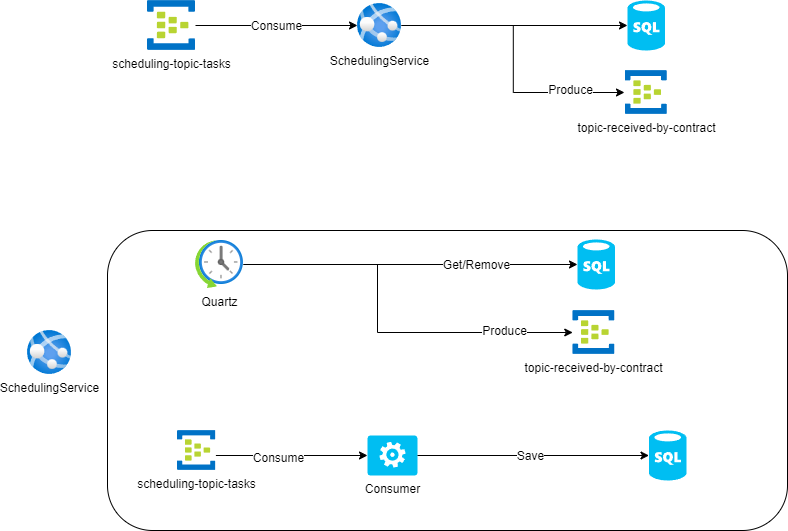
Above: drawing/Untitled Diagram.drawio.png in leonardotomascostadasilva/SchedulingService (draw.io), before the change. Source tidied: cells renumbered, new cells last; positions are measured from the earlier drawing's top-left corner, leaving out a move shared by most shapes.
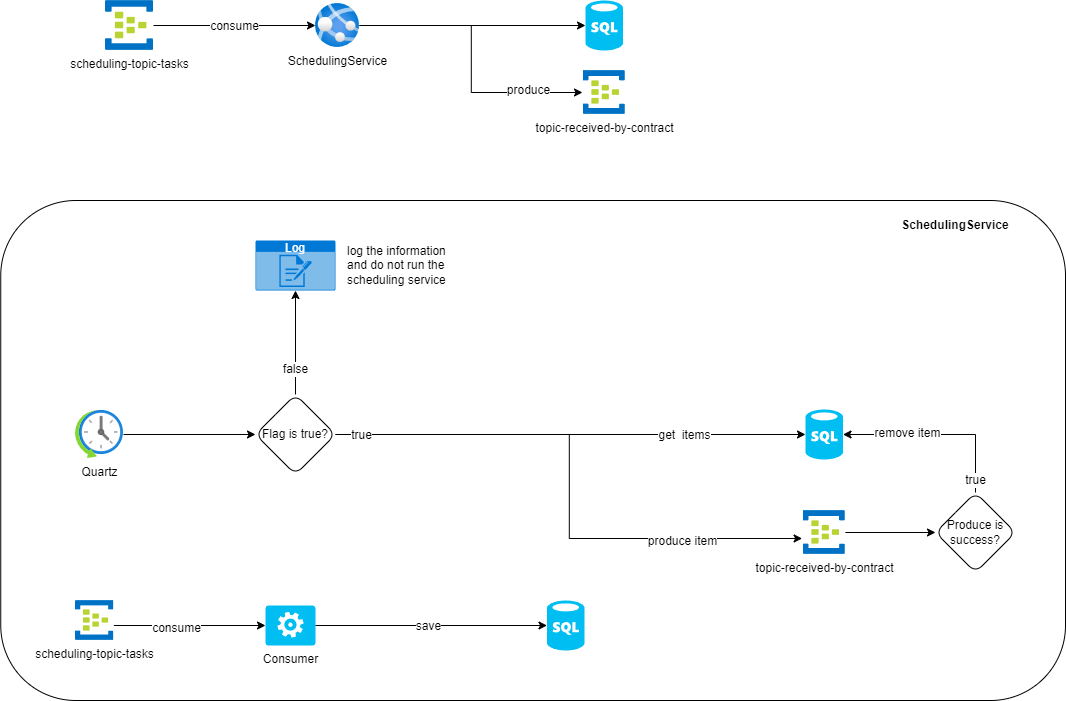
The same file after the commit.

Diff of the diagram source:
```diff
@@ -3,48 +3,40 @@
     <mxCell id="0" />
     <mxCell id="1" parent="0" />
     <mxCell id="2" value="SchedulingService" style="image;html=1;points=[];align=center;fontSize=12;image=img/lib/azure2/app_services/App_Services.svg;" parent="1" vertex="1">
-      <mxGeometry x="330" y="3" width="44" height="44" as="geometry" />
+      <mxGeometry x="390" y="-167" width="44" height="44" as="geometry" />
     </mxCell>
     <mxCell id="3" style="edgeStyle=orthogonalEdgeStyle;rounded=0;jettySize=auto;html=1;" parent="1" edge="1" source="5" target="2">
       <mxGeometry relative="1" as="geometry" />
     </mxCell>
-    <mxCell id="4" value="Consume" style="edgeLabel;html=1;align=center;verticalAlign=middle;fontSize=12;fontFamily=Helvetica;fontColor=default;" parent="3" vertex="1">
+    <mxCell id="4" value="consume" style="edgeLabel;html=1;align=center;verticalAlign=middle;fontSize=12;fontFamily=Helvetica;fontColor=default;" parent="3" vertex="1">
       <mxGeometry x="-0.01" relative="1" as="geometry" />
     </mxCell>
     <mxCell id="5" value="scheduling-topic-tasks" style="image;sketch=0;html=1;points=[];align=center;fontSize=12;image=img/lib/mscae/Event_Hubs.svg;" parent="1" vertex="1">
-      <mxGeometry x="120" width="48" height="50" as="geometry" />
+      <mxGeometry x="180" y="-170" width="48" height="50" as="geometry" />
     </mxCell>
     <mxCell id="6" style="verticalLabelPosition=bottom;html=1;verticalAlign=top;align=center;strokeColor=none;fillColor=#00BEF2;shape=mxgraph.azure.sql_database;" parent="1" vertex="1">
-      <mxGeometry x="600" width="37.5" height="50" as="geometry" />
+      <mxGeometry x="660" y="-170" width="37.5" height="50" as="geometry" />
     </mxCell>
     <mxCell id="7" style="edgeStyle=orthogonalEdgeStyle;rounded=0;jettySize=auto;html=1;entryX=0;entryY=0.5;entryDx=0;entryDy=0;entryPerimeter=0;" parent="1" edge="1" source="2" target="6">
       <mxGeometry relative="1" as="geometry" />
     </mxCell>
-    <mxCell id="8" value="SchedulingService" style="image;html=1;align=center;fontSize=12;image=img/lib/azure2/app_services/App_Services.svg;" parent="1" vertex="1">
-      <mxGeometry y="330" width="44" height="44" as="geometry" />
-    </mxCell>
     <mxCell id="9" style="rounded=1;whiteSpace=wrap;html=1;gradientColor=none;glass=0;fillColor=none;" parent="1" vertex="1">
-      <mxGeometry x="80" y="230" width="680" height="300" as="geometry" />
+      <mxGeometry x="75.2" y="30" width="1064.8" height="500" as="geometry" />
     </mxCell>
-    <mxCell id="10" style="edgeStyle=orthogonalEdgeStyle;rounded=0;jettySize=auto;html=1;fontFamily=Helvetica;fontSize=12;fontColor=default;" parent="1" edge="1" source="12" target="14">
-      <mxGeometry relative="1" as="geometry">
-        <Array as="points">
-          <mxPoint x="350" y="264" />
-          <mxPoint x="350" y="332" />
-        </Array>
-      </mxGeometry>
-    </mxCell>
-    <mxCell id="11" value="Produce" style="edgeLabel;html=1;align=center;verticalAlign=middle;fontSize=12;fontFamily=Helvetica;fontColor=default;" parent="10" vertex="1">
-      <mxGeometry x="0.65" y="2" relative="1" as="geometry" />
-    </mxCell>
+    <mxCell id="27" style="edgeStyle=orthogonalEdgeStyle;rounded=0;jettySize=auto;html=1;fontFamily=Helvetica;fontSize=12;fontColor=default;" parent="1" edge="1" source="12" target="29">
+      <mxGeometry relative="1" as="geometry" />
+    </mxCell>
     <mxCell id="12" value="Quartz&lt;br&gt;" style="image;html=1;points=[];align=center;fontSize=12;image=img/lib/azure2/general/Scheduler.svg;" parent="1" vertex="1">
-      <mxGeometry x="168" y="240" width="48" height="48" as="geometry" />
+      <mxGeometry x="150" y="240" width="48" height="48" as="geometry" />
     </mxCell>
     <mxCell id="13" style="verticalLabelPosition=bottom;html=1;verticalAlign=top;align=center;strokeColor=none;fillColor=#00BEF2;shape=mxgraph.azure.sql_database;" parent="1" vertex="1">
-      <mxGeometry x="550" y="239" width="37.5" height="50" as="geometry" />
+      <mxGeometry x="880" y="239" width="37.5" height="50" as="geometry" />
     </mxCell>
+    <mxCell id="28" style="edgeStyle=orthogonalEdgeStyle;rounded=0;jettySize=auto;html=1;fontFamily=Helvetica;fontSize=12;fontColor=default;" parent="1" edge="1" source="14" target="39">
+      <mxGeometry relative="1" as="geometry" />
+    </mxCell>
     <mxCell id="14" value="topic-received-by-contract" style="image;sketch=0;html=1;points=[];align=center;fontSize=12;image=img/lib/mscae/Event_Hubs.svg;" parent="1" vertex="1">
-      <mxGeometry x="545.3" y="310" width="42.2" height="44" as="geometry" />
+      <mxGeometry x="877.6" y="340" width="42.2" height="44" as="geometry" />
     </mxCell>
     <mxCell id="15" value="Consumer" style="verticalLabelPosition=bottom;html=1;verticalAlign=top;align=center;strokeColor=none;fillColor=#00BEF2;shape=mxgraph.azure.worker_role;rounded=1;glass=0;fontFamily=Helvetica;fontSize=12;fontColor=default;" parent="1" vertex="1">
       <mxGeometry x="340" y="435" width="50" height="40" as="geometry" />
@@ -52,18 +44,10 @@
     <mxCell id="16" style="verticalLabelPosition=bottom;html=1;verticalAlign=top;align=center;strokeColor=none;fillColor=#00BEF2;shape=mxgraph.azure.sql_database;" parent="1" vertex="1">
       <mxGeometry x="621.5" y="430" width="37.5" height="50" as="geometry" />
     </mxCell>
-    <mxCell id="17" style="edgeStyle=orthogonalEdgeStyle;rounded=0;jettySize=auto;html=1;entryX=0;entryY=0.5;entryDx=0;entryDy=0;entryPerimeter=0;fontFamily=Helvetica;fontSize=12;fontColor=default;" parent="1" edge="1" source="12" target="13">
-      <mxGeometry relative="1" as="geometry" />
-    </mxCell>
-    <mxCell id="18" value="Get/Remove" style="edgeLabel;html=1;align=center;verticalAlign=middle;fontSize=12;fontFamily=Helvetica;fontColor=default;" parent="17" vertex="1">
-      <mxGeometry x="0.69" y="2" relative="1" as="geometry">
-        <mxPoint x="-51" y="2" as="offset" />
-      </mxGeometry>
-    </mxCell>
     <mxCell id="19" style="edgeStyle=orthogonalEdgeStyle;rounded=0;jettySize=auto;html=1;entryX=0;entryY=0.5;entryDx=0;entryDy=0;entryPerimeter=0;fontFamily=Helvetica;fontSize=12;fontColor=default;" parent="1" edge="1" source="15" target="16">
       <mxGeometry relative="1" as="geometry" />
     </mxCell>
-    <mxCell id="20" value="Save" style="edgeLabel;html=1;align=center;verticalAlign=middle;fontSize=12;fontFamily=Helvetica;fontColor=default;" parent="19" vertex="1">
+    <mxCell id="20" value="save" style="edgeLabel;html=1;align=center;verticalAlign=middle;fontSize=12;fontFamily=Helvetica;fontColor=default;" parent="19" vertex="1">
       <mxGeometry x="-0.03" y="-4" relative="1" as="geometry">
         <mxPoint y="-4" as="offset" />
       </mxGeometry>
@@ -79,17 +63,68 @@
         </Array>
       </mxGeometry>
     </mxCell>
-    <mxCell id="23" value="Consume" style="edgeLabel;html=1;align=center;verticalAlign=middle;fontSize=12;fontFamily=Helvetica;fontColor=default;" parent="22" vertex="1">
+    <mxCell id="23" value="consume" style="edgeLabel;html=1;align=center;verticalAlign=middle;fontSize=12;fontFamily=Helvetica;fontColor=default;" parent="22" vertex="1">
       <mxGeometry x="-0.19" y="-2" relative="1" as="geometry" />
     </mxCell>
     <mxCell id="24" value="topic-received-by-contract" style="image;sketch=0;html=1;points=[];align=center;fontSize=12;image=img/lib/mscae/Event_Hubs.svg;" parent="1" vertex="1">
-      <mxGeometry x="597.6" y="70" width="42.2" height="44" as="geometry" />
+      <mxGeometry x="657.6" y="-100" width="42.2" height="44" as="geometry" />
     </mxCell>
     <mxCell id="25" style="edgeStyle=orthogonalEdgeStyle;rounded=0;jettySize=auto;html=1;entryX=-0.015;entryY=0.5;entryDx=0;entryDy=0;entryPerimeter=0;fontFamily=Helvetica;fontSize=12;fontColor=default;" parent="1" edge="1" source="2" target="24">
       <mxGeometry relative="1" as="geometry" />
     </mxCell>
-    <mxCell id="26" value="Produce" style="edgeLabel;html=1;align=center;verticalAlign=middle;fontSize=12;fontFamily=Helvetica;fontColor=default;" parent="25" vertex="1">
+    <mxCell id="26" value="produce" style="edgeLabel;html=1;align=center;verticalAlign=middle;fontSize=12;fontFamily=Helvetica;fontColor=default;" parent="25" vertex="1">
       <mxGeometry x="0.62" y="3" relative="1" as="geometry" />
     </mxCell>
+    <mxCell id="29" value="Flag is true?" style="rhombus;whiteSpace=wrap;html=1;rounded=1;glass=0;strokeColor=default;align=center;verticalAlign=middle;fontFamily=Helvetica;fontSize=12;fontColor=default;fillColor=none;gradientColor=none;" parent="1" vertex="1">
+      <mxGeometry x="330" y="224" width="80" height="80" as="geometry" />
+    </mxCell>
+    <mxCell id="30" style="edgeStyle=orthogonalEdgeStyle;rounded=0;jettySize=auto;html=1;entryX=0;entryY=0.5;entryDx=0;entryDy=0;entryPerimeter=0;fontFamily=Helvetica;fontSize=12;fontColor=default;" parent="1" edge="1" source="29" target="13">
+      <mxGeometry relative="1" as="geometry" />
+    </mxCell>
+    <mxCell id="31" value="get&amp;nbsp; items" style="edgeLabel;html=1;align=center;verticalAlign=middle;fontSize=12;fontFamily=Helvetica;fontColor=default;" parent="30" vertex="1">
+      <mxGeometry x="0.46" y="-3" relative="1" as="geometry">
+        <mxPoint x="4" y="-3" as="offset" />
+      </mxGeometry>
+    </mxCell>
+    <mxCell id="32" style="edgeStyle=orthogonalEdgeStyle;rounded=0;jettySize=auto;html=1;entryX=-0.024;entryY=0.636;entryDx=0;entryDy=0;entryPerimeter=0;fontFamily=Helvetica;fontSize=12;fontColor=default;" parent="1" edge="1" source="29" target="14">
+      <mxGeometry relative="1" as="geometry" />
+    </mxCell>
+    <mxCell id="33" value="produce item" style="edgeLabel;html=1;align=center;verticalAlign=middle;fontSize=12;fontFamily=Helvetica;fontColor=default;" parent="32" vertex="1">
+      <mxGeometry x="0.58" y="-3" relative="1" as="geometry" />
+    </mxCell>
+    <mxCell id="34" value="true" style="edgeLabel;html=1;align=center;verticalAlign=middle;fontSize=12;fontFamily=Helvetica;fontColor=default;" parent="32" vertex="1">
+      <mxGeometry x="-0.91" relative="1" as="geometry" />
+    </mxCell>
+    <mxCell id="35" value="Log" style="html=1;whiteSpace=wrap;strokeColor=none;fillColor=#0079D6;labelPosition=center;verticalLabelPosition=middle;verticalAlign=top;align=center;fontSize=12;outlineConnect=0;spacingTop=-6;fontColor=#FFFFFF;sketch=0;shape=mxgraph.sitemap.log;rounded=1;glass=0;fontFamily=Helvetica;" parent="1" vertex="1">
+      <mxGeometry x="330" y="70" width="80" height="50" as="geometry" />
+    </mxCell>
+    <mxCell id="36" style="edgeStyle=orthogonalEdgeStyle;rounded=0;jettySize=auto;html=1;entryX=0.5;entryY=1;entryDx=0;entryDy=0;entryPerimeter=0;fontFamily=Helvetica;fontSize=12;fontColor=default;" parent="1" edge="1" source="29" target="35">
+      <mxGeometry relative="1" as="geometry" />
+    </mxCell>
+    <mxCell id="37" value="false" style="edgeLabel;html=1;align=center;verticalAlign=middle;fontSize=12;fontFamily=Helvetica;fontColor=default;" parent="36" vertex="1">
+      <mxGeometry x="-0.5" y="1" relative="1" as="geometry" />
+    </mxCell>
+    <mxCell id="38" value="log the information and do not run the scheduling service" style="text;html=1;strokeColor=none;fillColor=none;align=left;verticalAlign=middle;whiteSpace=wrap;rounded=0;fontSize=12;fontFamily=Helvetica;fontColor=default;" parent="1" vertex="1">
+      <mxGeometry x="420" y="70" width="110" height="50" as="geometry" />
+    </mxCell>
+    <mxCell id="8" value="SchedulingService" style="text;html=1;strokeColor=none;fillColor=none;align=center;verticalAlign=middle;whiteSpace=wrap;rounded=0;fontSize=12;fontFamily=Helvetica;fontColor=default;fontStyle=1;" parent="1" vertex="1">
+      <mxGeometry x="1000" y="40" width="60" height="30" as="geometry" />
+    </mxCell>
+    <mxCell id="39" value="Produce is success?" style="rhombus;whiteSpace=wrap;html=1;rounded=1;glass=0;strokeColor=default;align=center;verticalAlign=middle;fontFamily=Helvetica;fontSize=12;fontColor=default;fillColor=none;gradientColor=none;" parent="1" vertex="1">
+      <mxGeometry x="1010" y="322" width="80" height="80" as="geometry" />
+    </mxCell>
+    <mxCell id="40" style="edgeStyle=orthogonalEdgeStyle;rounded=0;jettySize=auto;html=1;entryX=1;entryY=0.5;entryDx=0;entryDy=0;entryPerimeter=0;fontFamily=Helvetica;fontSize=12;fontColor=default;" parent="1" edge="1" source="39" target="13">
+      <mxGeometry relative="1" as="geometry">
+        <Array as="points">
+          <mxPoint x="1050" y="264" />
+        </Array>
+      </mxGeometry>
+    </mxCell>
+    <mxCell id="41" value="true" style="edgeLabel;html=1;align=center;verticalAlign=middle;fontSize=12;fontFamily=Helvetica;fontColor=default;" parent="40" vertex="1">
+      <mxGeometry x="-0.86" y="1" relative="1" as="geometry" />
+    </mxCell>
+    <mxCell id="42" value="remove item" style="edgeLabel;html=1;align=center;verticalAlign=middle;fontSize=12;fontFamily=Helvetica;fontColor=default;" parent="40" vertex="1">
+      <mxGeometry x="0.33" y="-2" relative="1" as="geometry" />
+    </mxCell>
   </root>
 </mxGraphModel>
```
